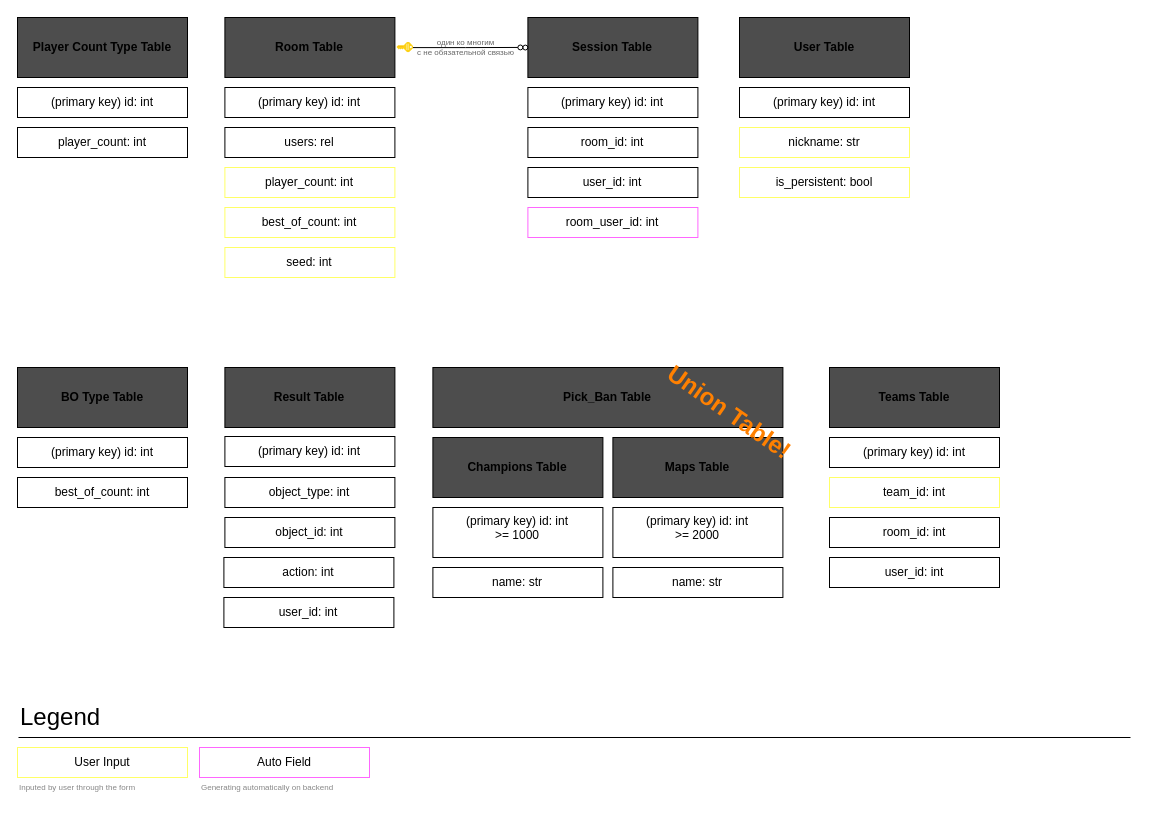
wilsonept/quake-picker keeps this draw.io diagram as page "DB_Arch" (1 of 5) of quakePicker.drawio. Above is the earlier version. Source tidied: cells renumbered, new cells numbered last; positions are measured from the earlier drawing's top-left corner, leaving out a move shared by most shapes. Both pictures are drawn from the tidied source at 100%, with x=0, y=0 at pixel (17, 17).
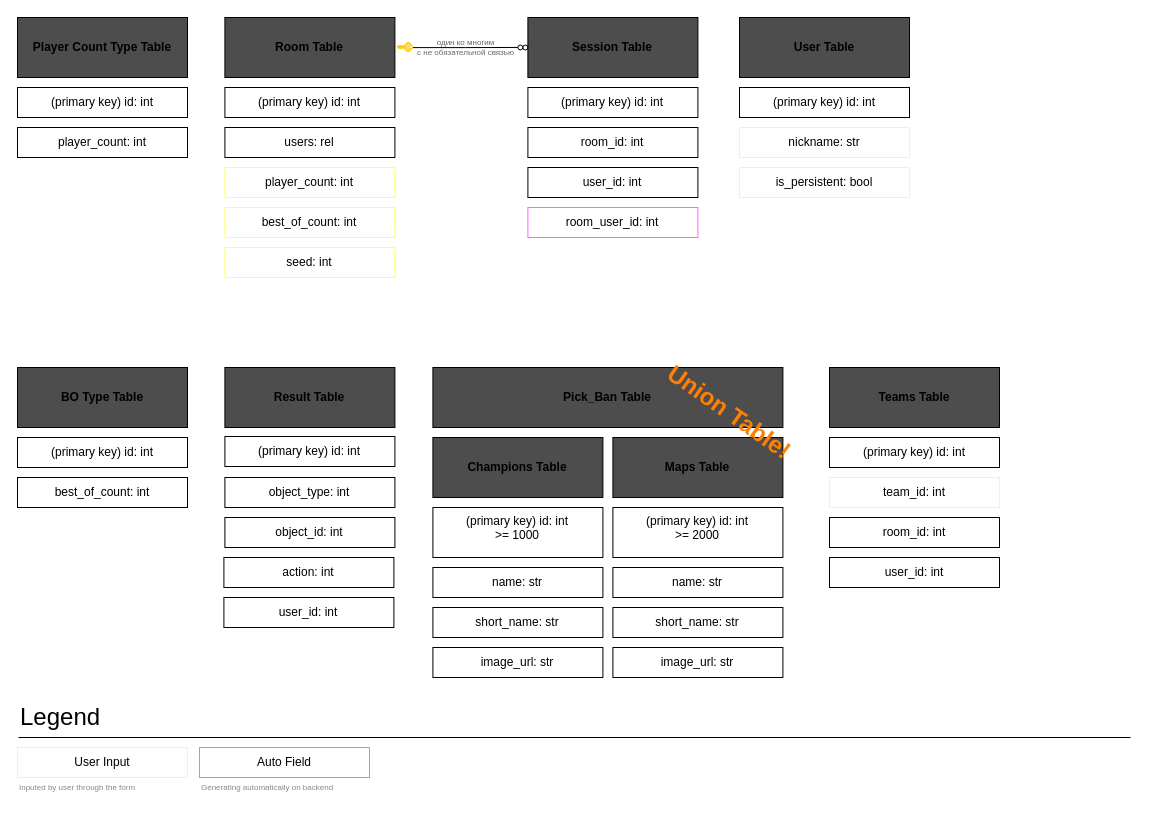
Above is the later version.

Diff of the diagram source:
```diff
@@
+    <mxCell id="54" value="image_url: str" style="rounded=0;whiteSpace=wrap;html=1;" parent="1" vertex="1">
+      <mxGeometry x="415.4" y="630" width="170" height="30" as="geometry" />
+    </mxCell>
+    <mxCell id="55" value="image_url: str" style="rounded=0;whiteSpace=wrap;html=1;" parent="1" vertex="1">
+      <mxGeometry x="595.4" y="630" width="170" height="30" as="geometry" />
+    </mxCell>
+    <mxCell id="56" value="short_name: str" style="rounded=0;whiteSpace=wrap;html=1;" parent="1" vertex="1">
+      <mxGeometry x="415.4" y="590" width="170" height="30" as="geometry" />
+    </mxCell>
+    <mxCell id="57" value="short_name: str" style="rounded=0;whiteSpace=wrap;html=1;" parent="1" vertex="1">
+      <mxGeometry x="595.4" y="590" width="170" height="30" as="geometry" />
+    </mxCell>
```
